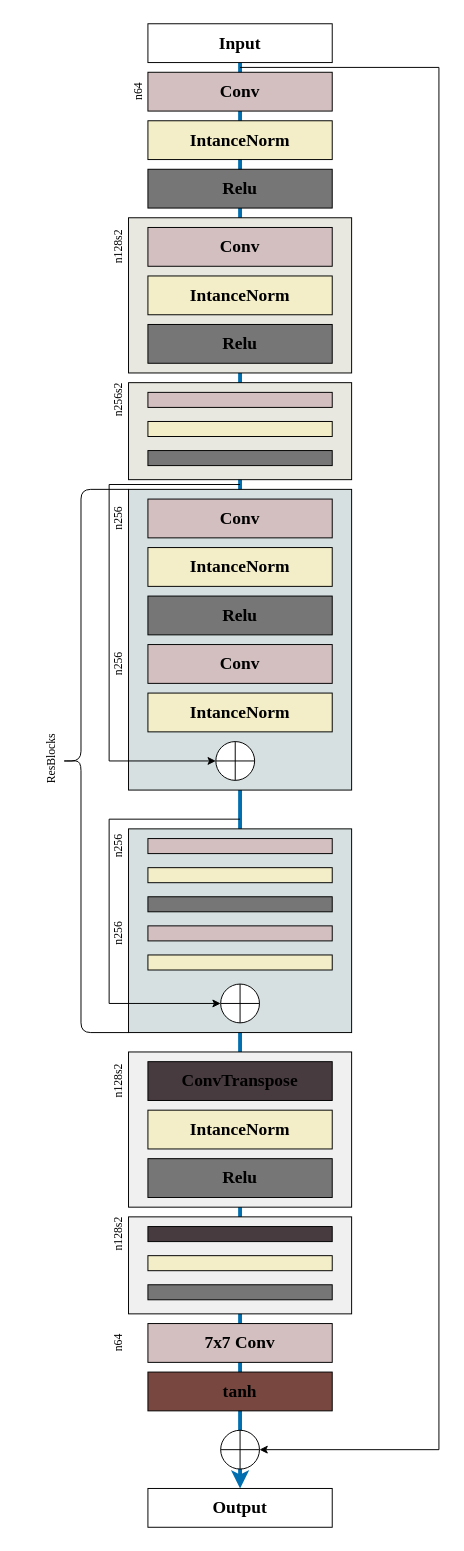
LFNing/General keeps this draw.io diagram as generator-architecture.drawio. Above is the earlier version. Source tidied: cells renumbered, new cells numbered last; positions are measured from the earlier drawing's top-left corner, leaving out a move shared by most shapes. Both pictures are drawn from the tidied source at 97%, with x=0, y=0 at pixel (41, 23).
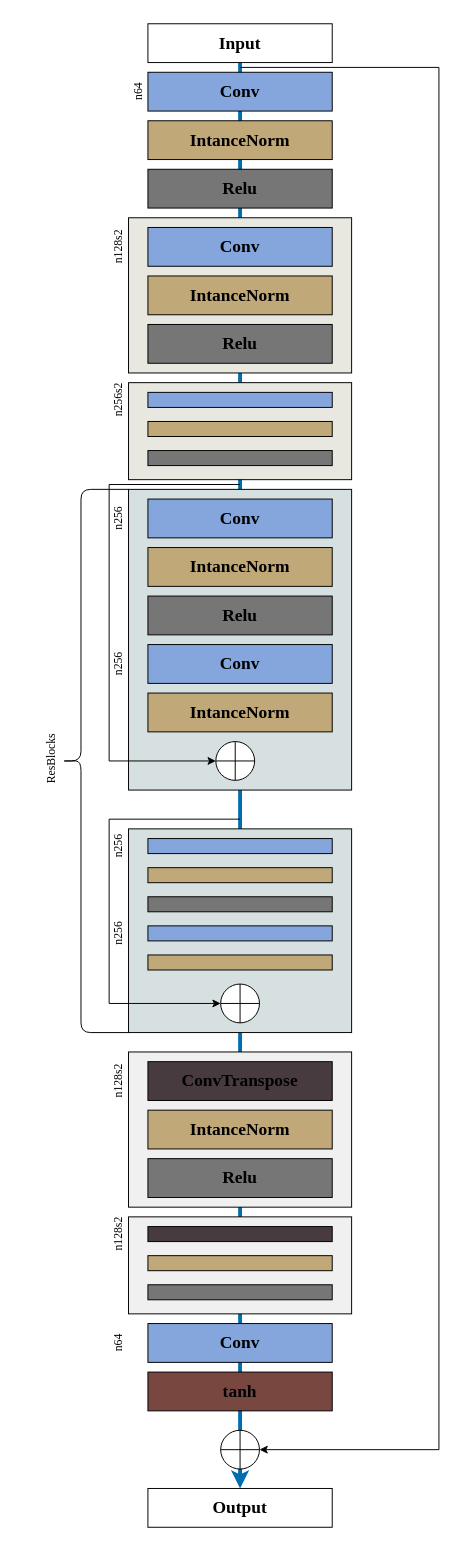
The same diagram, later.

Diff of the diagram source:
```diff
@@
-    <mxCell id="5" value="&lt;h5&gt;&lt;font face=&quot;Times New Roman&quot;&gt;&lt;span style=&quot;font-size: 18px;&quot;&gt;Conv&lt;/span&gt;&lt;/font&gt;&lt;/h5&gt;" style="rounded=0;whiteSpace=wrap;html=1;fillColor=#D3bfc0;" parent="1" vertex="1">
+    <mxCell id="5" value="&lt;h5&gt;&lt;font face=&quot;Times New Roman&quot;&gt;&lt;span style=&quot;font-size: 18px;&quot;&gt;Conv&lt;/span&gt;&lt;/font&gt;&lt;/h5&gt;" style="rounded=0;whiteSpace=wrap;html=1;fillColor=#85a6dc;" parent="1" vertex="1">
       <mxGeometry x="110" y="50" width="190" height="40" as="geometry" />
     </mxCell>
-    <mxCell id="6" value="&lt;h5&gt;&lt;font style=&quot;font-size: 18px;&quot; face=&quot;Times New Roman&quot;&gt;IntanceNorm&lt;/font&gt;&lt;/h5&gt;" style="rounded=0;whiteSpace=wrap;html=1;fillColor=#f3eec7;" parent="1" vertex="1">
+    <mxCell id="6" value="&lt;h5&gt;&lt;font style=&quot;font-size: 18px;&quot; face=&quot;Times New Roman&quot;&gt;IntanceNorm&lt;/font&gt;&lt;/h5&gt;" style="rounded=0;whiteSpace=wrap;html=1;fillColor=#c0a878;" parent="1" vertex="1">
       <mxGeometry x="110" y="100" width="190" height="40" as="geometry" />
     </mxCell>
@@
-    <mxCell id="8" value="&lt;h5&gt;&lt;font face=&quot;Times New Roman&quot;&gt;&lt;span style=&quot;font-size: 18px;&quot;&gt;Conv&lt;/span&gt;&lt;/font&gt;&lt;/h5&gt;" style="rounded=0;whiteSpace=wrap;html=1;fillColor=#D3BFC0;" parent="1" vertex="1">
+    <mxCell id="8" value="&lt;h5&gt;&lt;font face=&quot;Times New Roman&quot;&gt;&lt;span style=&quot;font-size: 18px;&quot;&gt;Conv&lt;/span&gt;&lt;/font&gt;&lt;/h5&gt;" style="rounded=0;whiteSpace=wrap;html=1;fillColor=#85a6dc;" parent="1" vertex="1">
       <mxGeometry x="110" y="210" width="190" height="40" as="geometry" />
     </mxCell>
-    <mxCell id="9" value="&lt;h5&gt;&lt;font style=&quot;font-size: 18px;&quot; face=&quot;Times New Roman&quot;&gt;IntanceNorm&lt;/font&gt;&lt;/h5&gt;" style="rounded=0;whiteSpace=wrap;html=1;fillColor=#F3EEC7;" parent="1" vertex="1">
+    <mxCell id="9" value="&lt;h5&gt;&lt;font style=&quot;font-size: 18px;&quot; face=&quot;Times New Roman&quot;&gt;IntanceNorm&lt;/font&gt;&lt;/h5&gt;" style="rounded=0;whiteSpace=wrap;html=1;fillColor=#C0A878;" parent="1" vertex="1">
       <mxGeometry x="110" y="260" width="190" height="40" as="geometry" />
     </mxCell>
@@
-    <mxCell id="12" style="rounded=0;whiteSpace=wrap;html=1;fillColor=#F3EEC7;" parent="1" vertex="1">
+    <mxCell id="12" style="rounded=0;whiteSpace=wrap;html=1;fillColor=#C0A878;" parent="1" vertex="1">
       <mxGeometry x="110" y="410" width="190" height="15.5" as="geometry" />
     </mxCell>
-    <mxCell id="13" style="rounded=0;whiteSpace=wrap;html=1;fillColor=#D3BFC0;" parent="1" vertex="1">
+    <mxCell id="13" style="rounded=0;whiteSpace=wrap;html=1;fillColor=#85a6dc;" parent="1" vertex="1">
       <mxGeometry x="110" y="380" width="190" height="15.5" as="geometry" />
     </mxCell>
@@
-    <mxCell id="16" value="&lt;h5&gt;&lt;font face=&quot;Times New Roman&quot;&gt;&lt;span style=&quot;font-size: 18px;&quot;&gt;Conv&lt;/span&gt;&lt;/font&gt;&lt;/h5&gt;" style="rounded=0;whiteSpace=wrap;html=1;fillColor=#D3BFC0;" parent="1" vertex="1">
+    <mxCell id="16" value="&lt;h5&gt;&lt;font face=&quot;Times New Roman&quot;&gt;&lt;span style=&quot;font-size: 18px;&quot;&gt;Conv&lt;/span&gt;&lt;/font&gt;&lt;/h5&gt;" style="rounded=0;whiteSpace=wrap;html=1;fillColor=#85a6dc;" parent="1" vertex="1">
       <mxGeometry x="110" y="490" width="190" height="40" as="geometry" />
     </mxCell>
-    <mxCell id="17" value="&lt;h5&gt;&lt;font style=&quot;font-size: 18px;&quot; face=&quot;Times New Roman&quot;&gt;IntanceNorm&lt;/font&gt;&lt;/h5&gt;" style="rounded=0;whiteSpace=wrap;html=1;fillColor=#F3EEC7;" parent="1" vertex="1">
+    <mxCell id="17" value="&lt;h5&gt;&lt;font style=&quot;font-size: 18px;&quot; face=&quot;Times New Roman&quot;&gt;IntanceNorm&lt;/font&gt;&lt;/h5&gt;" style="rounded=0;whiteSpace=wrap;html=1;fillColor=#C0A878;" parent="1" vertex="1">
       <mxGeometry x="110" y="540" width="190" height="40" as="geometry" />
     </mxCell>
@@
-    <mxCell id="19" value="&lt;h5&gt;&lt;font face=&quot;Times New Roman&quot;&gt;&lt;span style=&quot;font-size: 18px;&quot;&gt;Conv&lt;/span&gt;&lt;/font&gt;&lt;/h5&gt;" style="rounded=0;whiteSpace=wrap;html=1;fillColor=#D3BFC0;" parent="1" vertex="1">
+    <mxCell id="19" value="&lt;h5&gt;&lt;font face=&quot;Times New Roman&quot;&gt;&lt;span style=&quot;font-size: 18px;&quot;&gt;Conv&lt;/span&gt;&lt;/font&gt;&lt;/h5&gt;" style="rounded=0;whiteSpace=wrap;html=1;fillColor=#85a6dc;" parent="1" vertex="1">
       <mxGeometry x="110" y="640" width="190" height="40" as="geometry" />
     </mxCell>
-    <mxCell id="20" value="&lt;h5&gt;&lt;font style=&quot;font-size: 18px;&quot; face=&quot;Times New Roman&quot;&gt;IntanceNorm&lt;/font&gt;&lt;/h5&gt;" style="rounded=0;whiteSpace=wrap;html=1;fillColor=#F3EEC7;" parent="1" vertex="1">
+    <mxCell id="20" value="&lt;h5&gt;&lt;font style=&quot;font-size: 18px;&quot; face=&quot;Times New Roman&quot;&gt;IntanceNorm&lt;/font&gt;&lt;/h5&gt;" style="rounded=0;whiteSpace=wrap;html=1;fillColor=#C0A878;" parent="1" vertex="1">
       <mxGeometry x="110" y="690" width="190" height="40" as="geometry" />
     </mxCell>
@@
-    <mxCell id="23" style="rounded=0;whiteSpace=wrap;html=1;fillColor=#F3EEC7;" parent="1" vertex="1">
+    <mxCell id="23" style="rounded=0;whiteSpace=wrap;html=1;fillColor=#C0A878;" parent="1" vertex="1">
       <mxGeometry x="110" y="870" width="190" height="15.5" as="geometry" />
     </mxCell>
-    <mxCell id="24" style="rounded=0;whiteSpace=wrap;html=1;fillColor=#D3BFC0;" parent="1" vertex="1">
+    <mxCell id="24" style="rounded=0;whiteSpace=wrap;html=1;fillColor=#85a6dc;" parent="1" vertex="1">
       <mxGeometry x="110" y="840" width="190" height="15.5" as="geometry" />
     </mxCell>
@@
-    <mxCell id="26" style="rounded=0;whiteSpace=wrap;html=1;fillColor=#D3BFC0;" parent="1" vertex="1">
+    <mxCell id="26" style="rounded=0;whiteSpace=wrap;html=1;fillColor=#85a6dc;" parent="1" vertex="1">
       <mxGeometry x="110" y="930" width="190" height="15.5" as="geometry" />
     </mxCell>
-    <mxCell id="27" style="rounded=0;whiteSpace=wrap;html=1;fillColor=#F3EEC7;" parent="1" vertex="1">
+    <mxCell id="27" style="rounded=0;whiteSpace=wrap;html=1;fillColor=#C0A878;" parent="1" vertex="1">
       <mxGeometry x="110" y="960" width="190" height="15.5" as="geometry" />
     </mxCell>
@@
-    <mxCell id="31" value="&lt;h5&gt;&lt;font style=&quot;font-size: 18px;&quot; face=&quot;Times New Roman&quot;&gt;IntanceNorm&lt;/font&gt;&lt;/h5&gt;" style="rounded=0;whiteSpace=wrap;html=1;fillColor=#F3EEC7;" parent="1" vertex="1">
+    <mxCell id="31" value="&lt;h5&gt;&lt;font style=&quot;font-size: 18px;&quot; face=&quot;Times New Roman&quot;&gt;IntanceNorm&lt;/font&gt;&lt;/h5&gt;" style="rounded=0;whiteSpace=wrap;html=1;fillColor=#C0A878;" parent="1" vertex="1">
       <mxGeometry x="110" y="1120" width="190" height="40" as="geometry" />
     </mxCell>
@@
-    <mxCell id="34" style="rounded=0;whiteSpace=wrap;html=1;fillColor=#F3EEC7;" parent="1" vertex="1">
+    <mxCell id="34" style="rounded=0;whiteSpace=wrap;html=1;fillColor=#C0A878;" parent="1" vertex="1">
       <mxGeometry x="110" y="1270" width="190" height="15.5" as="geometry" />
     </mxCell>
@@
-    <mxCell id="37" value="&lt;h5&gt;&lt;font face=&quot;Times New Roman&quot;&gt;&lt;span style=&quot;font-size: 18px;&quot;&gt;7x7 Conv&lt;/span&gt;&lt;/font&gt;&lt;/h5&gt;" style="rounded=0;whiteSpace=wrap;html=1;fillColor=#D3BFC0;" parent="1" vertex="1">
+    <mxCell id="37" value="&lt;h5&gt;&lt;font face=&quot;Times New Roman&quot;&gt;&lt;span style=&quot;font-size: 18px;&quot;&gt;Conv&lt;/span&gt;&lt;/font&gt;&lt;/h5&gt;" style="rounded=0;whiteSpace=wrap;html=1;fillColor=#85a6dc;" parent="1" vertex="1">
       <mxGeometry x="110" y="1340" width="190" height="40" as="geometry" />
     </mxCell>
```
